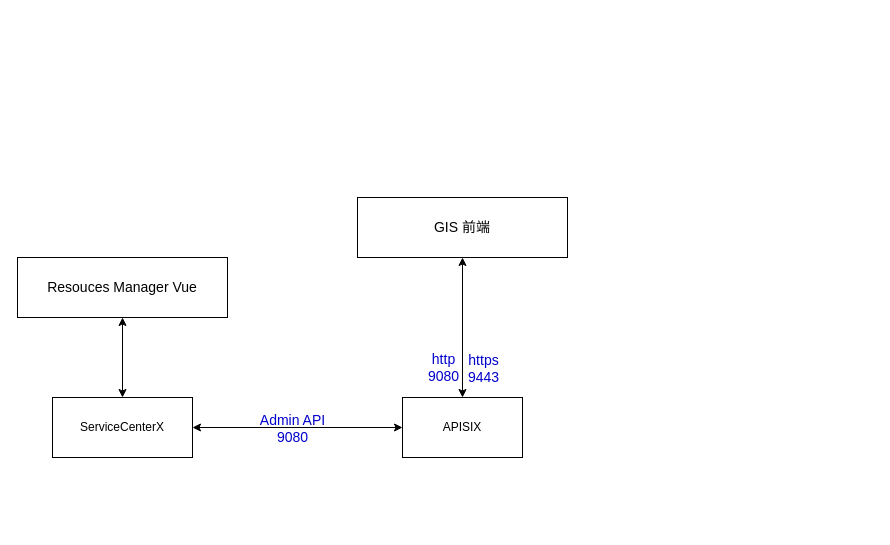
wongJzzz/DrawIOnetDate keeps this draw.io diagram as ServiceCenterX.drawio. Above is the earlier version. Source tidied: cells renumbered, new cells numbered last; positions are measured from the earlier drawing's top-left corner, leaving out a move shared by most shapes. Both pictures are drawn from the tidied source at 100%, with x=0, y=0 at pixel (17, 197).
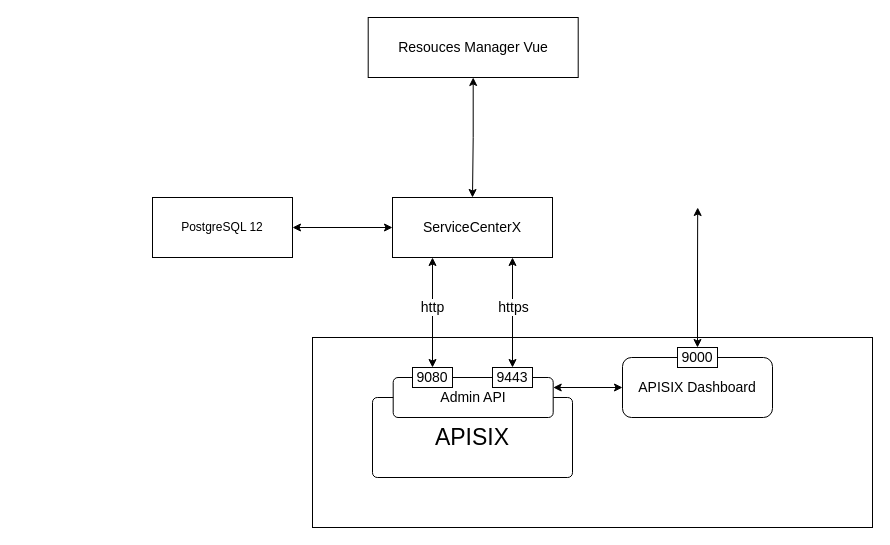
After the change.

Diff of the diagram source:
```diff
@@
-    <mxCell id="2" style="edgeStyle=orthogonalEdgeStyle;rounded=0;jettySize=auto;html=1;exitX=1;exitY=0.5;exitDx=0;exitDy=0;entryX=0;entryY=0.5;entryDx=0;entryDy=0;startArrow=classic;startFill=1;strokeWidth=1;" parent="1" edge="1" source="4" target="5">
-      <mxGeometry relative="1" as="geometry" />
-    </mxCell>
-    <mxCell id="3" value="Admin API&lt;br&gt;9080" style="edgeLabel;html=1;align=center;verticalAlign=middle;fontSize=14;fontColor=#0000CC;labelBackgroundColor=none;" parent="2" vertex="1">
-      <mxGeometry x="-0.09" y="1" relative="1" as="geometry">
-        <mxPoint x="3" y="1" as="offset" />
-      </mxGeometry>
-    </mxCell>
-    <mxCell id="4" value="ServiceCenterX" style="rounded=0;whiteSpace=wrap;html=1;" parent="1" vertex="1">
-      <mxGeometry x="35" y="200" width="140" height="60" as="geometry" />
-    </mxCell>
-    <mxCell id="5" value="APISIX" style="rounded=0;whiteSpace=wrap;html=1;" parent="1" vertex="1">
-      <mxGeometry x="385" y="200" width="120" height="60" as="geometry" />
+    <mxCell id="5" style="rounded=0;whiteSpace=wrap;html=1;" parent="1" vertex="1">
+      <mxGeometry x="295" y="140" width="560" height="190" as="geometry" />
     </mxCell>
+    <mxCell id="12" value="APISIX" style="rounded=1;whiteSpace=wrap;html=1;labelBackgroundColor=none;fontSize=23;fontColor=#000000;arcSize=6;" parent="1" vertex="1">
+      <mxGeometry x="355" y="200" width="200" height="80" as="geometry" />
+    </mxCell>
-    <mxCell id="6" style="edgeStyle=orthogonalEdgeStyle;rounded=0;jettySize=auto;html=1;exitX=0.5;exitY=1;exitDx=0;exitDy=0;strokeWidth=1;fontSize=14;fontColor=#000000;startArrow=classic;startFill=1;" parent="1" edge="1" source="7" target="4">
+    <mxCell id="6" style="edgeStyle=orthogonalEdgeStyle;rounded=0;jettySize=auto;html=1;exitX=0.5;exitY=1;exitDx=0;exitDy=0;strokeWidth=1;fontSize=14;fontColor=#000000;startArrow=classic;startFill=1;entryX=0.5;entryY=0;entryDx=0;entryDy=0;" parent="1" edge="1" source="7" target="11">
       <mxGeometry relative="1" as="geometry" />
     </mxCell>
     <mxCell id="7" value="&lt;font color=&quot;#000000&quot;&gt;Resouces Manager Vue&lt;/font&gt;" style="rounded=0;whiteSpace=wrap;html=1;labelBackgroundColor=none;fontSize=14;fontColor=#0000CC;" parent="1" vertex="1">
-      <mxGeometry y="60" width="210" height="60" as="geometry" />
+      <mxGeometry x="350.7" y="-180" width="210" height="60" as="geometry" />
     </mxCell>
-    <mxCell id="8" style="edgeStyle=orthogonalEdgeStyle;rounded=0;jettySize=auto;html=1;exitX=0.5;exitY=1;exitDx=0;exitDy=0;entryX=0.5;entryY=0;entryDx=0;entryDy=0;strokeWidth=1;fontSize=14;fontColor=#000000;startArrow=classic;startFill=1;" parent="1" edge="1" source="11" target="5">
-      <mxGeometry relative="1" as="geometry" />
+    <mxCell id="8" value="http" style="edgeStyle=orthogonalEdgeStyle;rounded=0;jettySize=auto;html=1;exitX=0.25;exitY=1;exitDx=0;exitDy=0;entryX=0.5;entryY=0;entryDx=0;entryDy=0;strokeWidth=1;fontSize=14;fontColor=#000000;startArrow=classic;startFill=1;strokeColor=#000000;" parent="1" edge="1" source="11" target="22">
+      <mxGeometry x="-0.09" relative="1" as="geometry" />
     </mxCell>
-    <mxCell id="9" value="http&lt;br&gt;9080" style="edgeLabel;html=1;align=center;verticalAlign=middle;fontSize=14;fontColor=#0000CC;" parent="8" vertex="1">
-      <mxGeometry x="-0.14" relative="1" as="geometry">
-        <mxPoint x="-20" y="49" as="offset" />
-      </mxGeometry>
-    </mxCell>
-    <mxCell id="10" value="https&lt;br&gt;9443" style="edgeLabel;html=1;align=center;verticalAlign=middle;fontSize=14;fontColor=#0000CC;" parent="8" vertex="1">
-      <mxGeometry x="0.23" y="2" relative="1" as="geometry">
-        <mxPoint x="18" y="24" as="offset" />
-      </mxGeometry>
-    </mxCell>
+    <mxCell id="13" style="edgeStyle=orthogonalEdgeStyle;rounded=0;jettySize=auto;html=1;exitX=0;exitY=0.5;exitDx=0;exitDy=0;entryX=1;entryY=0.5;entryDx=0;entryDy=0;labelBackgroundColor=none;strokeColor=#000000;strokeWidth=1;fontSize=14;fontColor=#000000;startArrow=classic;startFill=1;" parent="1" edge="1" source="11" target="19">
+      <mxGeometry relative="1" as="geometry" />
+    </mxCell>
-    <mxCell id="11" value="&lt;font color=&quot;#000000&quot;&gt;GIS 前端&lt;/font&gt;" style="rounded=0;whiteSpace=wrap;html=1;labelBackgroundColor=none;fontSize=14;fontColor=#0000CC;" parent="1" vertex="1">
-      <mxGeometry x="340" width="210" height="60" as="geometry" />
+    <mxCell id="11" value="&lt;font color=&quot;#000000&quot;&gt;ServiceCenterX&lt;/font&gt;" style="rounded=0;whiteSpace=wrap;html=1;labelBackgroundColor=none;fontSize=14;fontColor=#0000CC;" parent="1" vertex="1">
+      <mxGeometry x="375" width="160" height="60" as="geometry" />
     </mxCell>
+    <mxCell id="14" value="APISIX Dashboard" style="rounded=1;whiteSpace=wrap;html=1;labelBackgroundColor=none;fontSize=14;fontColor=#000000;" parent="1" vertex="1">
+      <mxGeometry x="605" y="160" width="150" height="60" as="geometry" />
+    </mxCell>
+    <mxCell id="15" style="edgeStyle=orthogonalEdgeStyle;rounded=0;jettySize=auto;html=1;exitX=0.5;exitY=0;exitDx=0;exitDy=0;entryX=0.75;entryY=1;entryDx=0;entryDy=0;labelBackgroundColor=none;strokeWidth=1;fontSize=14;fontColor=#000000;startArrow=classic;startFill=1;strokeColor=#000000;" parent="1" edge="1" source="23" target="11">
+      <mxGeometry relative="1" as="geometry" />
+    </mxCell>
+    <mxCell id="16" value="https" style="edgeLabel;html=1;align=center;verticalAlign=middle;fontSize=14;fontColor=#000000;" parent="15" vertex="1">
+      <mxGeometry x="-0.48" y="-1" relative="1" as="geometry">
+        <mxPoint x="-1" y="-32" as="offset" />
+      </mxGeometry>
+    </mxCell>
+    <mxCell id="17" style="edgeStyle=orthogonalEdgeStyle;rounded=0;jettySize=auto;html=1;exitX=0.5;exitY=0;exitDx=0;exitDy=0;labelBackgroundColor=none;strokeColor=#000000;strokeWidth=1;fontSize=14;fontColor=#000000;startArrow=classic;startFill=1;" parent="1" edge="1" source="18">
+      <mxGeometry relative="1" as="geometry">
+        <mxPoint x="680.2" y="10" as="targetPoint" />
+      </mxGeometry>
+    </mxCell>
+    <mxCell id="18" value="9000" style="rounded=0;whiteSpace=wrap;html=1;labelBackgroundColor=default;fontSize=14;fontColor=#000000;" parent="1" vertex="1">
+      <mxGeometry x="660" y="150" width="40" height="20" as="geometry" />
+    </mxCell>
+    <mxCell id="19" value="PostgreSQL 12" style="rounded=0;whiteSpace=wrap;html=1;" parent="1" vertex="1">
+      <mxGeometry x="135" width="140" height="60" as="geometry" />
+    </mxCell>
+    <mxCell id="20" style="edgeStyle=orthogonalEdgeStyle;rounded=0;jettySize=auto;html=1;exitX=1;exitY=0.25;exitDx=0;exitDy=0;labelBackgroundColor=none;strokeColor=#000000;strokeWidth=1;fontSize=14;fontColor=#000000;startArrow=classic;startFill=1;" parent="1" edge="1" source="21" target="14">
+      <mxGeometry relative="1" as="geometry" />
+    </mxCell>
+    <mxCell id="21" value="Admin API" style="rounded=1;whiteSpace=wrap;html=1;labelBackgroundColor=default;fontSize=14;fontColor=#000000;arcSize=12;" parent="1" vertex="1">
+      <mxGeometry x="375.7" y="180" width="160" height="40" as="geometry" />
+    </mxCell>
+    <mxCell id="22" value="9080" style="rounded=0;whiteSpace=wrap;html=1;labelBackgroundColor=default;fontSize=14;fontColor=#000000;" parent="1" vertex="1">
+      <mxGeometry x="395" y="170" width="40" height="20" as="geometry" />
+    </mxCell>
+    <mxCell id="23" value="9443" style="rounded=0;whiteSpace=wrap;html=1;labelBackgroundColor=default;fontSize=14;fontColor=#000000;" parent="1" vertex="1">
+      <mxGeometry x="475" y="170" width="40" height="20" as="geometry" />
+    </mxCell>
```
